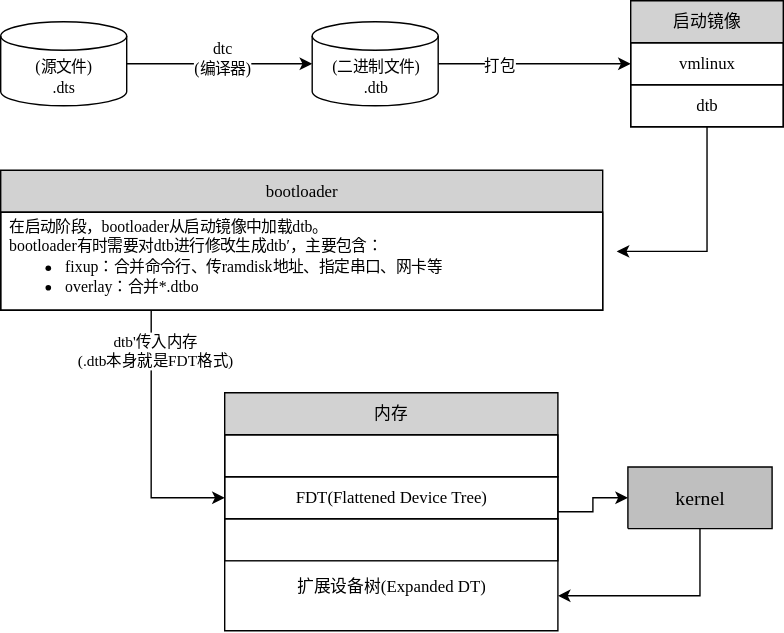
Before: Linux内核原理及其开发/Resources/设备树生命周期.drawio.svg, a diagram exported from draw.io (h13-0/Notebooks). Source tidied: cells renumbered, new cells last; positions are measured from the earlier drawing's top-left corner, leaving out a move shared by most shapes.
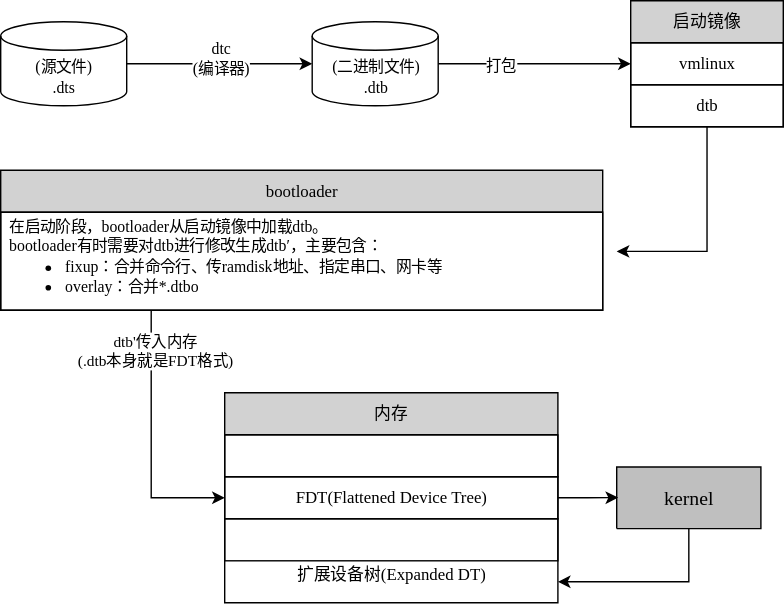
The same diagram one commit later.

Commit message:
vault backup: 2025-10-30 15:47:24

What changed in the source:
```diff
@@ -6,7 +6,7 @@
       <mxGeometry relative="1" as="geometry" />
     </mxCell>
     <mxCell id="3" value="&lt;div style=&quot;font-size: 1px&quot;&gt;&lt;font style=&quot;font-size:14.11px;font-family:思源等宽;color:#000000;direction:ltr;letter-spacing:0px;line-height:120%;opacity:1&quot;&gt;kernel&lt;br/&gt;&lt;/font&gt;&lt;/div&gt;" style="verticalAlign=middle;align=center;overflow=width;vsdxID=151;fillColor=#bfbfbf;gradientColor=none;shape=(stored shape, 160 characters);strokeColor=#000000;points=[[1,0.5,0],[0.5,0,0],[0.5,0.5,0],[0.5,0.5,0]];labelBackgroundColor=none;rounded=0;html=1;whiteSpace=wrap;" parent="1" vertex="1">
-      <mxGeometry x="448" y="333" width="103" height="44" as="geometry" />
+      <mxGeometry x="440" y="333" width="103" height="44" as="geometry" />
     </mxCell>
     <mxCell id="4" parent="1" vertex="1">
       <mxGeometry x="65" y="211" as="geometry" />
@@ -72,11 +72,8 @@
     <mxCell id="20" value="&lt;font style=&quot;color: rgb(0, 0, 0);&quot;&gt;&lt;span style=&quot;font-family: 思源等宽; font-size: 11.29px;&quot;&gt;在启动阶段，bootloader从启动镜像中加载dtb。&lt;/span&gt;&lt;br style=&quot;font-family: 思源等宽; font-size: 11.29px;&quot;&gt;&lt;span style=&quot;font-family: 思源等宽; font-size: 11.29px;&quot;&gt;bootloader有时需要对dtb进行修改生成dtb′，主要包含：&lt;/span&gt;&lt;/font&gt;&lt;div&gt;&lt;ul style=&quot;padding-left: 40px; margin-top: 0px;&quot;&gt;&lt;li&gt;&lt;font style=&quot;color: rgb(0, 0, 0);&quot;&gt;&lt;span style=&quot;font-family: 思源等宽; font-size: 11.29px;&quot;&gt;fixup：合并命令行、传ramdisk地址、指定串口、网卡等&lt;/span&gt;&lt;/font&gt;&lt;/li&gt;&lt;li&gt;&lt;font style=&quot;color: rgb(0, 0, 0);&quot;&gt;&lt;span style=&quot;font-family: 思源等宽; font-size: 11.29px;&quot;&gt;overlay：合并*.dtbo&lt;/span&gt;&lt;/font&gt;&lt;/li&gt;&lt;/ul&gt;&lt;/div&gt;" style="text;strokeColor=default;fillColor=none;align=left;verticalAlign=middle;spacingLeft=4;spacingRight=4;overflow=hidden;whiteSpace=wrap;html=1;" parent="19" vertex="1">
       <mxGeometry y="30" width="430" height="70" as="geometry" />
     </mxCell>
-    <mxCell id="21" style="edgeStyle=orthogonalEdgeStyle;rounded=0;jettySize=auto;html=1;" parent="1" edge="1" source="22" target="3">
-      <mxGeometry relative="1" as="geometry" />
-    </mxCell>
     <mxCell id="22" value="&lt;font face=&quot;思源等宽&quot;&gt;内存&lt;/font&gt;" style="swimlane;fontStyle=0;horizontal=1;startSize=30;whiteSpace=wrap;html=1;fillColor=#D2D2D2;" parent="1" vertex="1">
-      <mxGeometry x="160" y="280" width="238" height="170" as="geometry" />
+      <mxGeometry x="160" y="280" width="238" height="150" as="geometry" />
     </mxCell>
     <mxCell id="23" style="text;strokeColor=default;fillColor=none;align=center;verticalAlign=middle;spacingLeft=4;spacingRight=4;overflow=hidden;whiteSpace=wrap;html=1;" parent="22" vertex="1">
       <mxGeometry y="30" width="238" height="30" as="geometry" />
@@ -88,7 +85,10 @@
       <mxGeometry y="90" width="238" height="30" as="geometry" />
     </mxCell>
     <mxCell id="26" value="&lt;font face=&quot;思源等宽&quot;&gt;扩展设备树(Expanded DT)&lt;/font&gt;&lt;div&gt;&lt;font face=&quot;思源等宽&quot;&gt;&lt;br&gt;&lt;/font&gt;&lt;/div&gt;" style="text;strokeColor=none;fillColor=none;align=center;verticalAlign=middle;spacingLeft=4;spacingRight=4;overflow=hidden;points=[[0,0.5],[1,0.5]];portConstraint=eastwest;whiteSpace=wrap;html=1;" parent="22" vertex="1">
-      <mxGeometry y="120" width="238" height="50" as="geometry" />
+      <mxGeometry y="120" width="238" height="30" as="geometry" />
     </mxCell>
+    <mxCell id="27" style="edgeStyle=orthogonalEdgeStyle;rounded=0;jettySize=auto;html=1;entryX=0.01;entryY=0.497;entryDx=0;entryDy=0;entryPerimeter=0;" parent="1" edge="1" source="24" target="3">
+      <mxGeometry relative="1" as="geometry" />
+    </mxCell>
   </root>
 </mxGraphModel>
```
